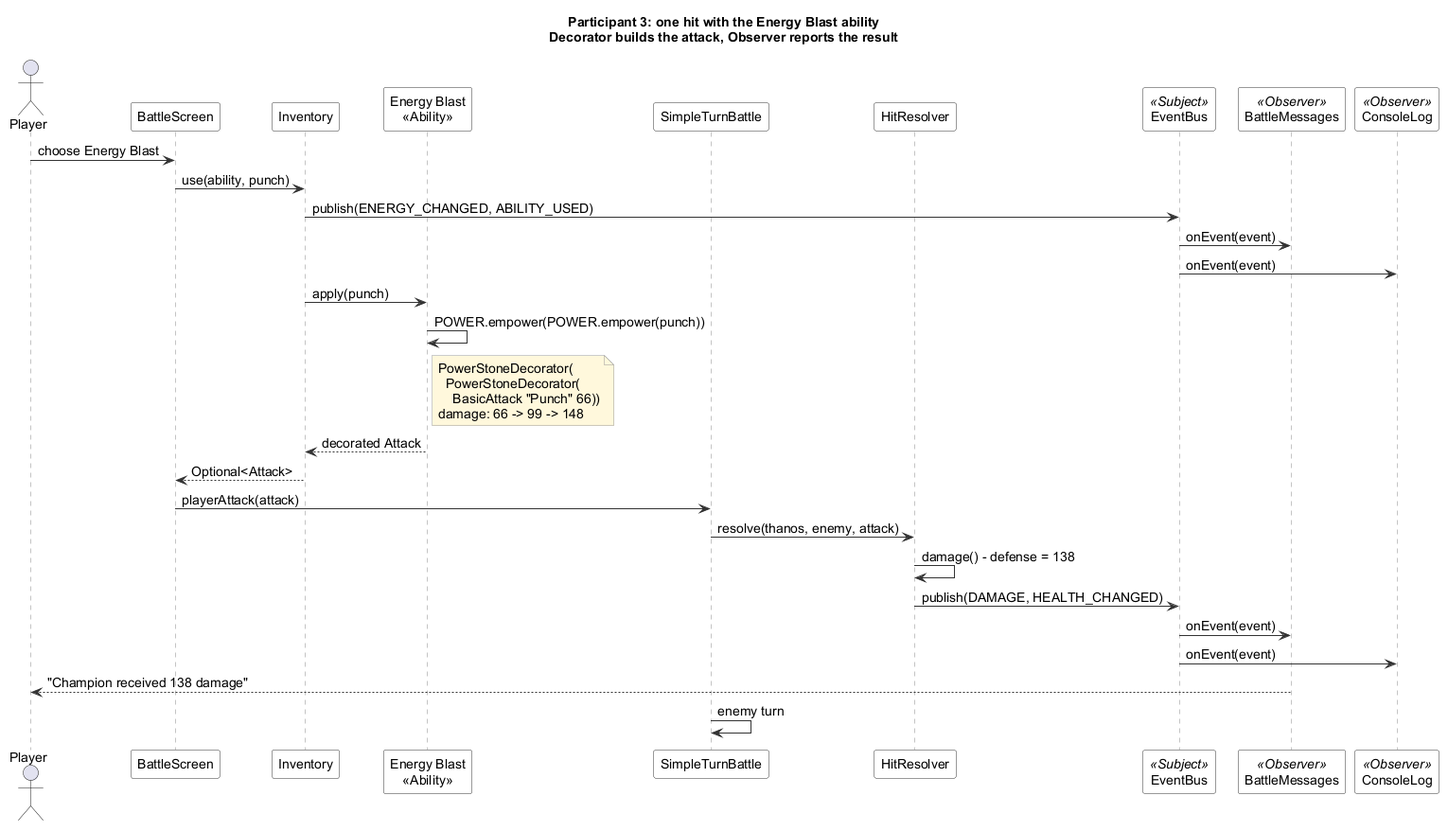
This is participant3/docs/uml/hit-sequence.png from zeynepaskar/sdp_final, a PlantUML export, as it was before one commit. The source it was exported from:
```plantuml
@startuml hit-sequence
!include style.iuml
skinparam ParticipantBackgroundColor #FFFFFF
skinparam ParticipantBorderColor #333333
skinparam SequenceLifeLineBorderColor #888888

title Participant 3: one hit with the Energy Blast ability\nDecorator builds the attack, Observer reports the result

actor Player
participant BattleScreen
participant Inventory
participant "Energy Blast\n<<Ability>>" as Ability
participant SimpleTurnBattle
participant HitResolver
participant EventBus <<Subject>>
participant BattleMessages <<Observer>>
participant ConsoleLog <<Observer>>

Player -> BattleScreen : choose Energy Blast
BattleScreen -> Inventory : use(ability, punch)
Inventory -> EventBus : publish(ENERGY_CHANGED, ABILITY_USED)
EventBus -> BattleMessages : onEvent(event)
EventBus -> ConsoleLog : onEvent(event)
Inventory -> Ability : apply(punch)
Ability -> Ability : POWER.empower(POWER.empower(punch))
note right of Ability
  PowerStoneDecorator(
    PowerStoneDecorator(
      BasicAttack "Punch" 66))
  damage: 66 -> 99 -> 148
end note
Ability --> Inventory : decorated Attack
Inventory --> BattleScreen : Optional<Attack>
BattleScreen -> SimpleTurnBattle : playerAttack(attack)
SimpleTurnBattle -> HitResolver : resolve(thanos, enemy, attack)
HitResolver -> HitResolver : damage() - defense = 138
HitResolver -> EventBus : publish(DAMAGE, HEALTH_CHANGED)
EventBus -> BattleMessages : onEvent(event)
EventBus -> ConsoleLog : onEvent(event)
BattleMessages --> Player : "Champion received 138 damage"
SimpleTurnBattle -> SimpleTurnBattle : enemy turn
@enduml
```
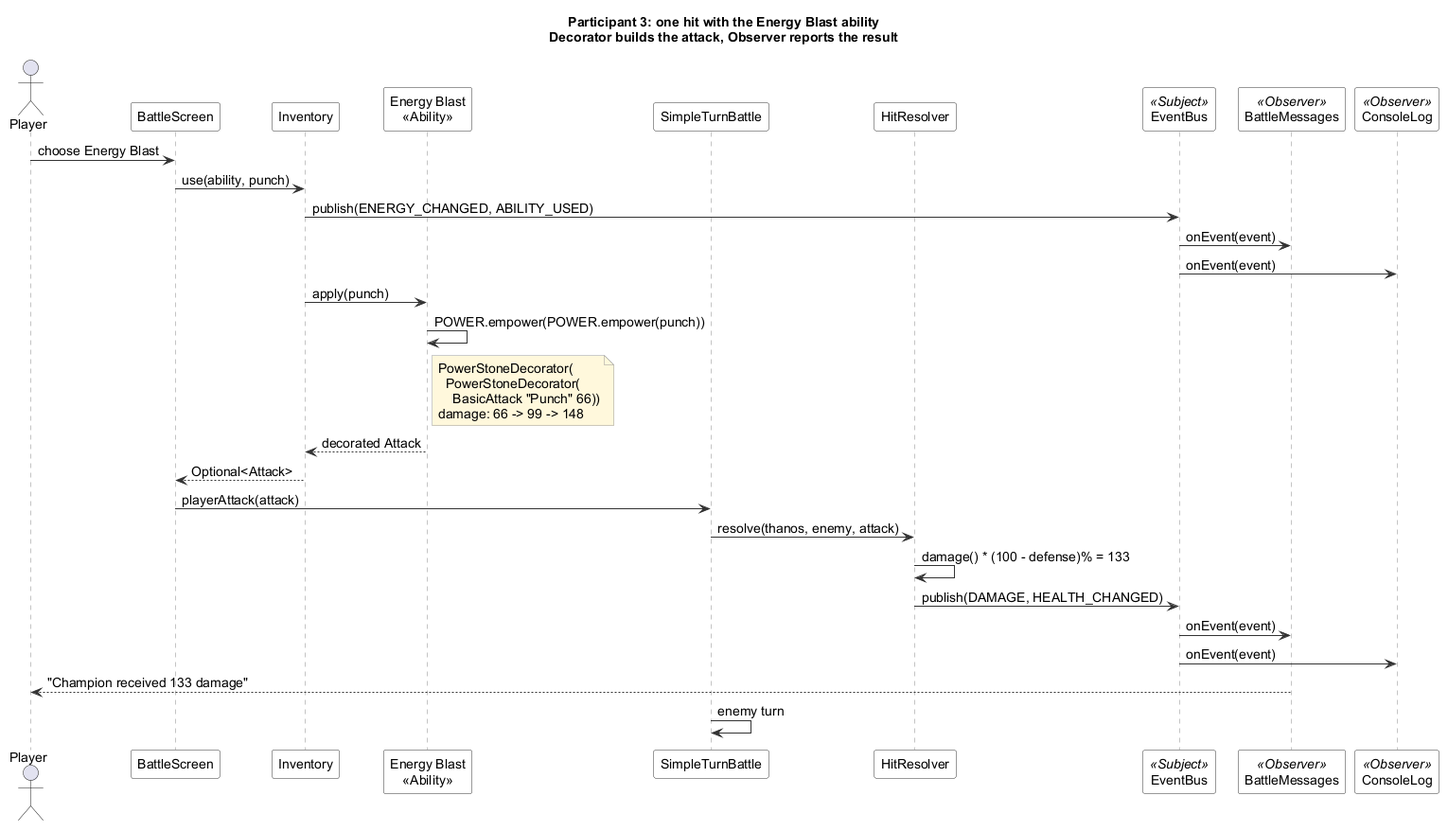
Later version of the same file.

Commit message:
docs: redraw the hit sequence and ability screenshot for percent defense

Diff of the diagram source:
```diff
@@ -33,10 +33,10 @@
 Inventory --> BattleScreen : Optional<Attack>
 BattleScreen -> SimpleTurnBattle : playerAttack(attack)
 SimpleTurnBattle -> HitResolver : resolve(thanos, enemy, attack)
-HitResolver -> HitResolver : damage() - defense = 138
+HitResolver -> HitResolver : damage() * (100 - defense)% = 133
 HitResolver -> EventBus : publish(DAMAGE, HEALTH_CHANGED)
 EventBus -> BattleMessages : onEvent(event)
 EventBus -> ConsoleLog : onEvent(event)
-BattleMessages --> Player : "Champion received 138 damage"
+BattleMessages --> Player : "Champion received 133 damage"
 SimpleTurnBattle -> SimpleTurnBattle : enemy turn
 @enduml
```
